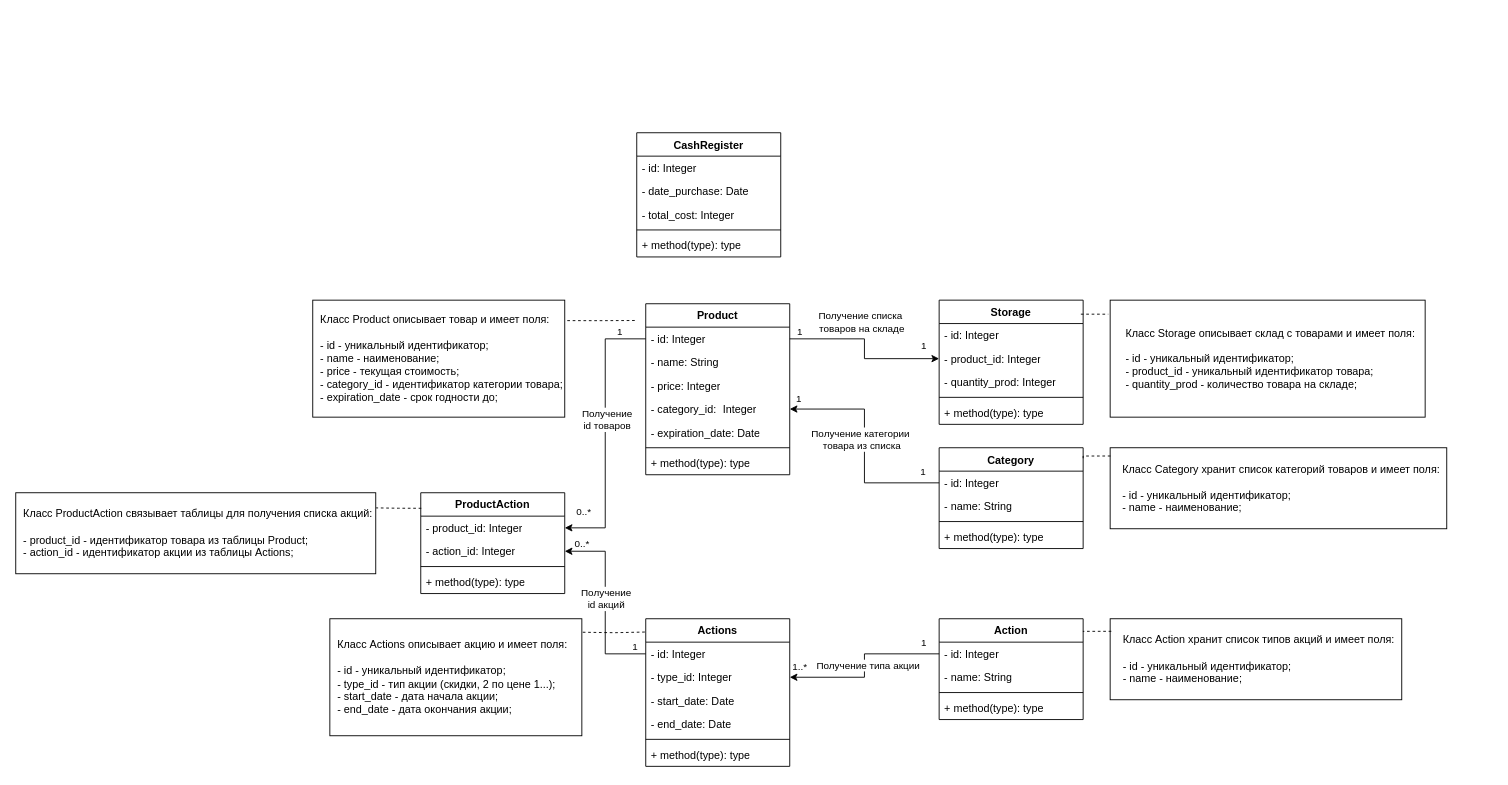
The draw.io diagram Диаграмма без названия.drawio in IlyaSannikow/Machine-learning, before the edit. Source tidied: cells renumbered, new cells numbered last; positions are measured from the earlier drawing's top-left corner, leaving out a move shared by most shapes. Both pictures are drawn from the tidied source at 90%, with x=0, y=0 at pixel (15, 132).
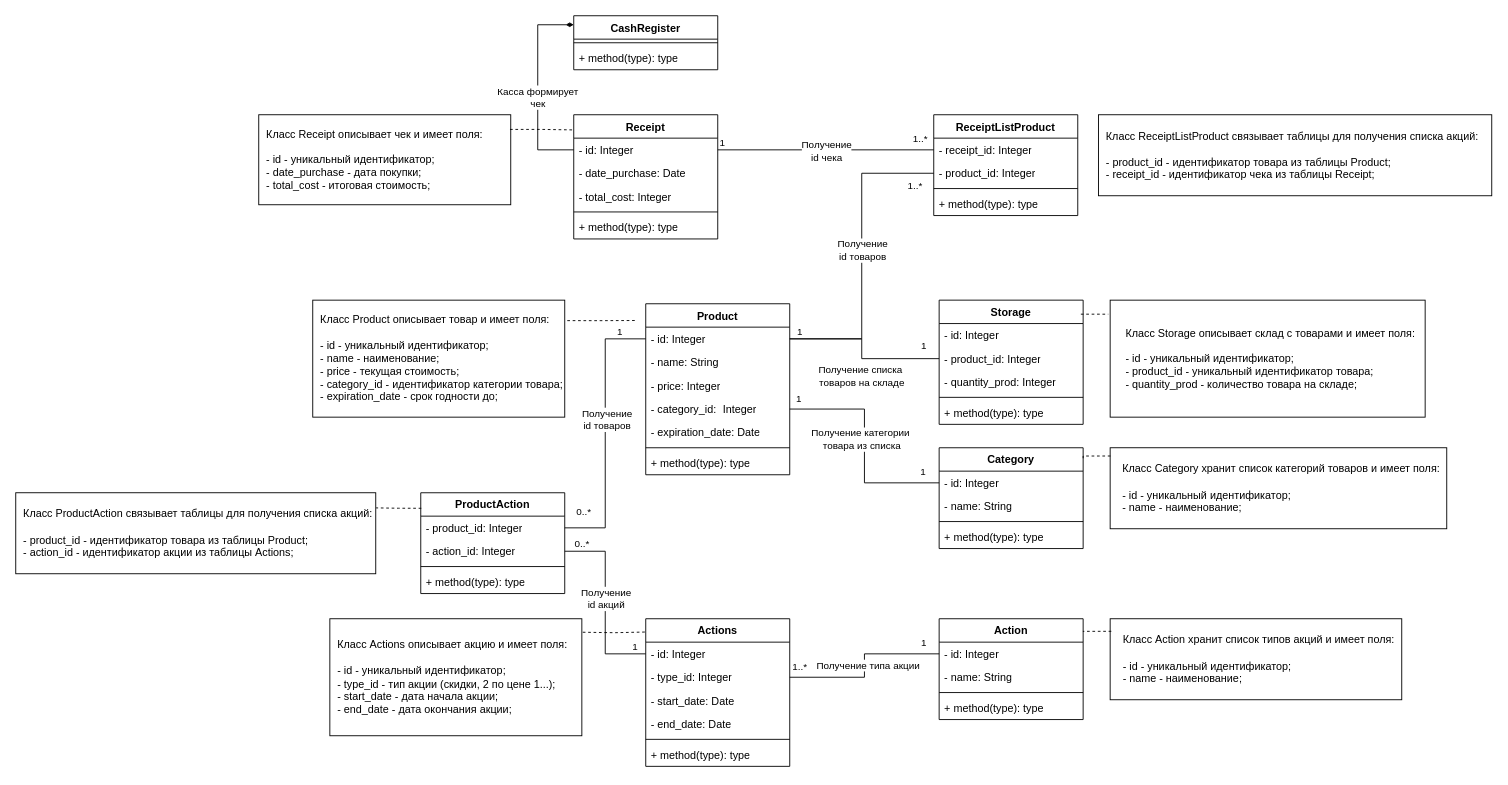
The same diagram, later.

Commit message:
Uml диаграмма без методов

Unchanged cells that the change refers to:
```xml
<mxCell id="3" value="- id: Integer" style="text;strokeColor=none;fillColor=none;align=left;verticalAlign=top;spacingLeft=4;spacingRight=4;overflow=hidden;points=[[0,0.5],[1,0.5]];portConstraint=eastwest;whiteSpace=wrap;html=1;" parent="2" vertex="1">
  <mxGeometry y="26" width="160" height="26" as="geometry" />
</mxCell>
<mxCell id="6" value="- category_id:&amp;nbsp;&lt;span style=&quot;white-space: pre;&quot;&gt;&#9;&lt;/span&gt;Integer" style="text;strokeColor=none;fillColor=none;align=left;verticalAlign=top;spacingLeft=4;spacingRight=4;overflow=hidden;points=[[0,0.5],[1,0.5]];portConstraint=eastwest;whiteSpace=wrap;html=1;" parent="2" vertex="1">
  <mxGeometry y="104" width="160" height="26" as="geometry" />
</mxCell>
<mxCell id="13" value="- product_id: Integer" style="text;strokeColor=none;fillColor=none;align=left;verticalAlign=top;spacingLeft=4;spacingRight=4;overflow=hidden;points=[[0,0.5],[1,0.5]];portConstraint=eastwest;whiteSpace=wrap;html=1;" parent="11" vertex="1">
  <mxGeometry y="52" width="160" height="26" as="geometry" />
</mxCell>
<mxCell id="25" value="- id: Integer" style="text;strokeColor=none;fillColor=none;align=left;verticalAlign=top;spacingLeft=4;spacingRight=4;overflow=hidden;points=[[0,0.5],[1,0.5]];portConstraint=eastwest;whiteSpace=wrap;html=1;" parent="24" vertex="1">
  <mxGeometry y="26" width="160" height="26" as="geometry" />
</mxCell>
<mxCell id="36" value="- id: Integer" style="text;strokeColor=none;fillColor=none;align=left;verticalAlign=top;spacingLeft=4;spacingRight=4;overflow=hidden;points=[[0,0.5],[1,0.5]];portConstraint=eastwest;whiteSpace=wrap;html=1;" parent="35" vertex="1">
  <mxGeometry y="26" width="160" height="26" as="geometry" />
</mxCell>
<mxCell id="37" value="- type_id: Integer" style="text;strokeColor=none;fillColor=none;align=left;verticalAlign=top;spacingLeft=4;spacingRight=4;overflow=hidden;points=[[0,0.5],[1,0.5]];portConstraint=eastwest;whiteSpace=wrap;html=1;" parent="35" vertex="1">
  <mxGeometry y="52" width="160" height="26" as="geometry" />
</mxCell>
<mxCell id="43" value="- id: Integer" style="text;strokeColor=none;fillColor=none;align=left;verticalAlign=top;spacingLeft=4;spacingRight=4;overflow=hidden;points=[[0,0.5],[1,0.5]];portConstraint=eastwest;whiteSpace=wrap;html=1;" parent="42" vertex="1">
  <mxGeometry y="26" width="160" height="26" as="geometry" />
</mxCell>
<mxCell id="52" value="- product_id: Integer" style="text;strokeColor=none;fillColor=none;align=left;verticalAlign=top;spacingLeft=4;spacingRight=4;overflow=hidden;points=[[0,0.5],[1,0.5]];portConstraint=eastwest;whiteSpace=wrap;html=1;" parent="51" vertex="1">
  <mxGeometry y="26" width="160" height="26" as="geometry" />
</mxCell>
<mxCell id="53" value="- action_id: Integer" style="text;strokeColor=none;fillColor=none;align=left;verticalAlign=top;spacingLeft=4;spacingRight=4;overflow=hidden;points=[[0,0.5],[1,0.5]];portConstraint=eastwest;whiteSpace=wrap;html=1;" parent="51" vertex="1">
  <mxGeometry y="52" width="160" height="26" as="geometry" />
</mxCell>
<mxCell id="71" value="- id: Integer" style="text;strokeColor=none;fillColor=none;align=left;verticalAlign=top;spacingLeft=4;spacingRight=4;overflow=hidden;points=[[0,0.5],[1,0.5]];portConstraint=eastwest;whiteSpace=wrap;html=1;" parent="70" vertex="1">
  <mxGeometry y="26" width="160" height="26" as="geometry" />
</mxCell>
```

The edit, as a diff of the source:
```diff
@@
-    <mxCell id="20" style="edgeStyle=orthogonalEdgeStyle;rounded=0;jettySize=auto;html=1;exitX=1;exitY=0.5;exitDx=0;exitDy=0;entryX=0;entryY=0.5;entryDx=0;entryDy=0;endArrow=classic;endFill=1;startArrow=none;startFill=0;" parent="1" edge="1" source="3" target="13">
-      <mxGeometry relative="1" as="geometry" />
+    <mxCell id="20" style="edgeStyle=orthogonalEdgeStyle;rounded=0;jettySize=auto;html=1;exitX=1;exitY=0.5;exitDx=0;exitDy=0;entryX=0;entryY=0.5;entryDx=0;entryDy=0;endArrow=none;endFill=0;startArrow=none;startFill=0;" parent="1" edge="1" source="3" target="13">
+      <mxGeometry relative="1" as="geometry">
+        <Array as="points">
+          <mxPoint x="940" y="229" />
+          <mxPoint x="940" y="251" />
+        </Array>
+      </mxGeometry>
     </mxCell>
@@
+    <mxCell id="23" value="1" style="edgeLabel;html=1;align=center;verticalAlign=middle;" parent="20" vertex="1">
+      <mxGeometry x="-0.85" y="2" relative="1" as="geometry">
+        <mxPoint x="-4" y="-7" as="offset" />
+      </mxGeometry>
+    </mxCell>
     <mxCell id="22" value="Получение списка&amp;nbsp;&lt;div&gt;товаров на складе&lt;/div&gt;" style="edgeLabel;html=1;align=center;verticalAlign=middle;" parent="20" vertex="1">
       <mxGeometry x="-0.23" relative="1" as="geometry">
-        <mxPoint x="7" y="-19" as="offset" />
+        <mxPoint x="7" y="41" as="offset" />
       </mxGeometry>
     </mxCell>
-    <mxCell id="23" value="1" style="edgeLabel;html=1;align=center;verticalAlign=middle;" parent="20" vertex="1">
-      <mxGeometry x="-0.85" y="2" relative="1" as="geometry">
-        <mxPoint x="-4" y="-7" as="offset" />
-      </mxGeometry>
-    </mxCell>
@@
-    <mxCell id="29" style="edgeStyle=orthogonalEdgeStyle;rounded=0;jettySize=auto;html=1;exitX=1;exitY=0.5;exitDx=0;exitDy=0;entryX=0;entryY=0.5;entryDx=0;entryDy=0;endArrow=none;endFill=0;startArrow=classic;startFill=1;" parent="1" edge="1" source="6" target="25">
+    <mxCell id="29" style="edgeStyle=orthogonalEdgeStyle;rounded=0;jettySize=auto;html=1;exitX=1;exitY=0.5;exitDx=0;exitDy=0;entryX=0;entryY=0.5;entryDx=0;entryDy=0;endArrow=none;endFill=0;startArrow=none;startFill=0;" parent="1" edge="1" source="6" target="25">
       <mxGeometry relative="1" as="geometry" />
     </mxCell>
@@
-    <mxCell id="47" style="edgeStyle=orthogonalEdgeStyle;rounded=0;jettySize=auto;html=1;exitX=1;exitY=0.5;exitDx=0;exitDy=0;entryX=0;entryY=0.5;entryDx=0;entryDy=0;endArrow=none;endFill=0;startArrow=classic;startFill=1;" parent="1" edge="1" source="37" target="43">
+    <mxCell id="47" style="edgeStyle=orthogonalEdgeStyle;rounded=0;jettySize=auto;html=1;exitX=1;exitY=0.5;exitDx=0;exitDy=0;entryX=0;entryY=0.5;entryDx=0;entryDy=0;endArrow=none;endFill=0;startArrow=none;startFill=0;" parent="1" edge="1" source="37" target="43">
       <mxGeometry relative="1" as="geometry" />
     </mxCell>
@@
-    <mxCell id="56" style="edgeStyle=orthogonalEdgeStyle;rounded=0;jettySize=auto;html=1;exitX=0;exitY=0.5;exitDx=0;exitDy=0;entryX=1;entryY=0.5;entryDx=0;entryDy=0;endArrow=classic;endFill=1;startArrow=none;startFill=0;" parent="1" edge="1" source="3" target="52">
+    <mxCell id="56" style="edgeStyle=orthogonalEdgeStyle;rounded=0;jettySize=auto;html=1;exitX=0;exitY=0.5;exitDx=0;exitDy=0;entryX=1;entryY=0.5;entryDx=0;entryDy=0;endArrow=none;endFill=0;startArrow=none;startFill=0;" parent="1" edge="1" source="3" target="52">
       <mxGeometry relative="1" as="geometry" />
     </mxCell>
@@
-    <mxCell id="60" style="edgeStyle=orthogonalEdgeStyle;rounded=0;jettySize=auto;html=1;exitX=0;exitY=0.5;exitDx=0;exitDy=0;entryX=1;entryY=0.5;entryDx=0;entryDy=0;endArrow=classic;endFill=1;" parent="1" edge="1" source="36" target="53">
+    <mxCell id="60" style="edgeStyle=orthogonalEdgeStyle;rounded=0;jettySize=auto;html=1;exitX=0;exitY=0.5;exitDx=0;exitDy=0;entryX=1;entryY=0.5;entryDx=0;entryDy=0;endArrow=none;endFill=0;" parent="1" edge="1" source="36" target="53">
       <mxGeometry relative="1" as="geometry" />
     </mxCell>
@@
-    <mxCell id="70" value="CashRegister" style="swimlane;fontStyle=1;align=center;verticalAlign=top;horizontal=1;startSize=26;whiteSpace=wrap;html=1;" parent="1" vertex="1">
-      <mxGeometry x="690" width="160" height="138" as="geometry" />
+    <mxCell id="70" value="Receipt" style="swimlane;fontStyle=1;align=center;verticalAlign=top;horizontal=1;startSize=26;whiteSpace=wrap;html=1;" parent="1" vertex="1">
+      <mxGeometry x="620" y="-20" width="160" height="138" as="geometry" />
     </mxCell>
@@
+    <mxCell id="76" value="ReceiptListProduct" style="swimlane;fontStyle=1;align=center;verticalAlign=top;horizontal=1;startSize=26;whiteSpace=wrap;html=1;" parent="1" vertex="1">
+      <mxGeometry x="1020" y="-20" width="160" height="112" as="geometry" />
+    </mxCell>
+    <mxCell id="77" value="- receipt_id: Integer" style="text;strokeColor=none;fillColor=none;align=left;verticalAlign=top;spacingLeft=4;spacingRight=4;overflow=hidden;whiteSpace=wrap;html=1;" parent="76" vertex="1">
+      <mxGeometry y="26" width="160" height="26" as="geometry" />
+    </mxCell>
+    <mxCell id="78" value="- product_id: Integer" style="text;strokeColor=none;fillColor=none;align=left;verticalAlign=top;spacingLeft=4;spacingRight=4;overflow=hidden;points=[[0,0.5],[1,0.5]];portConstraint=eastwest;whiteSpace=wrap;html=1;" parent="76" vertex="1">
+      <mxGeometry y="52" width="160" height="26" as="geometry" />
+    </mxCell>
+    <mxCell id="79" style="line;strokeWidth=1;fillColor=none;align=left;verticalAlign=middle;spacingTop=-1;spacingLeft=3;spacingRight=3;labelPosition=right;strokeColor=inherit;" parent="76" vertex="1">
+      <mxGeometry y="78" width="160" height="8" as="geometry" />
+    </mxCell>
+    <mxCell id="80" value="+ method(type): type" style="text;strokeColor=none;fillColor=none;align=left;verticalAlign=top;spacingLeft=4;spacingRight=4;overflow=hidden;whiteSpace=wrap;html=1;" parent="76" vertex="1">
+      <mxGeometry y="86" width="160" height="26" as="geometry" />
+    </mxCell>
+    <mxCell id="81" style="edgeStyle=orthogonalEdgeStyle;rounded=0;jettySize=auto;html=1;exitX=1;exitY=0.5;exitDx=0;exitDy=0;entryX=0;entryY=0.5;entryDx=0;entryDy=0;endArrow=none;endFill=0;" parent="1" edge="1" source="3" target="78">
+      <mxGeometry relative="1" as="geometry">
+        <Array as="points">
+          <mxPoint x="940" y="229" />
+          <mxPoint x="940" y="45" />
+        </Array>
+      </mxGeometry>
+    </mxCell>
+    <mxCell id="82" value="1..*" style="edgeLabel;html=1;align=center;verticalAlign=middle;" parent="81" vertex="1">
+      <mxGeometry x="0.87" relative="1" as="geometry">
+        <mxPoint y="13" as="offset" />
+      </mxGeometry>
+    </mxCell>
+    <mxCell id="83" style="edgeStyle=orthogonalEdgeStyle;rounded=0;jettySize=auto;html=1;exitX=1;exitY=0.5;exitDx=0;exitDy=0;endArrow=none;endFill=0;" parent="1" edge="1" source="71">
+      <mxGeometry relative="1" as="geometry">
+        <mxPoint x="1020" y="19" as="targetPoint" />
+      </mxGeometry>
+    </mxCell>
+    <mxCell id="84" value="1..*" style="edgeLabel;html=1;align=center;verticalAlign=middle;" parent="83" vertex="1">
+      <mxGeometry x="0.87" relative="1" as="geometry">
+        <mxPoint y="-13" as="offset" />
+      </mxGeometry>
+    </mxCell>
+    <mxCell id="85" value="1" style="edgeLabel;html=1;align=center;verticalAlign=middle;" parent="83" vertex="1">
+      <mxGeometry x="-0.89" relative="1" as="geometry">
+        <mxPoint x="-9" y="-9" as="offset" />
+      </mxGeometry>
+    </mxCell>
+    <mxCell id="86" value="Получение&lt;div&gt;id чека&lt;/div&gt;" style="edgeLabel;html=1;align=center;verticalAlign=middle;" parent="1" vertex="1">
+      <mxGeometry x="900" y="20" as="geometry" />
+    </mxCell>
+    <mxCell id="87" value="Получение&lt;div&gt;id товаров&lt;/div&gt;" style="edgeLabel;html=1;align=center;verticalAlign=middle;" parent="1" vertex="1">
+      <mxGeometry x="940" y="130" as="geometry" />
+    </mxCell>
+    <mxCell id="88" value="&amp;nbsp; Класс&amp;nbsp;&lt;span style=&quot;text-align: center;&quot;&gt;ReceiptListProduct&lt;/span&gt;&lt;span style=&quot;font-weight: 700; text-align: center;&quot;&gt;&amp;nbsp;&lt;/span&gt;связывает таблицы для получения списка акций:&amp;nbsp;&lt;div&gt;&lt;br&gt;&lt;div&gt;&amp;nbsp; - product_id - идентификатор товара из таблицы Product;&lt;/div&gt;&lt;/div&gt;&lt;div&gt;&amp;nbsp; - receipt_id - идентификатор чека из таблицы Receipt;&lt;/div&gt;" style="html=1;whiteSpace=wrap;align=left;" parent="1" vertex="1">
+      <mxGeometry x="1203" y="-20" width="437" height="90" as="geometry" />
+    </mxCell>
+    <mxCell id="89" value="CashRegister" style="swimlane;fontStyle=1;align=center;verticalAlign=top;horizontal=1;startSize=26;whiteSpace=wrap;html=1;" parent="1" vertex="1">
+      <mxGeometry x="620" y="-130" width="160" height="60" as="geometry" />
+    </mxCell>
+    <mxCell id="90" style="line;strokeWidth=1;fillColor=none;align=left;verticalAlign=middle;spacingTop=-1;spacingLeft=3;spacingRight=3;labelPosition=right;strokeColor=inherit;" parent="89" vertex="1">
+      <mxGeometry y="26" width="160" height="8" as="geometry" />
+    </mxCell>
+    <mxCell id="91" value="+ method(type): type" style="text;strokeColor=none;fillColor=none;align=left;verticalAlign=top;spacingLeft=4;spacingRight=4;overflow=hidden;whiteSpace=wrap;html=1;" parent="89" vertex="1">
+      <mxGeometry y="34" width="160" height="26" as="geometry" />
+    </mxCell>
+    <mxCell id="92" style="edgeStyle=orthogonalEdgeStyle;rounded=0;jettySize=auto;html=1;exitX=0;exitY=0.5;exitDx=0;exitDy=0;endArrow=diamondThin;endFill=1;" parent="1" edge="1" source="71">
+      <mxGeometry relative="1" as="geometry">
+        <mxPoint x="620" y="-120" as="targetPoint" />
+        <Array as="points">
+          <mxPoint x="580" y="19" />
+          <mxPoint x="580" y="-120" />
+          <mxPoint x="620" y="-120" />
+        </Array>
+      </mxGeometry>
+    </mxCell>
+    <mxCell id="93" value="Касса формирует&lt;div&gt;чек&lt;/div&gt;" style="edgeLabel;html=1;align=center;verticalAlign=middle;" parent="92" vertex="1">
+      <mxGeometry x="0.07" y="1" relative="1" as="geometry">
+        <mxPoint y="18" as="offset" />
+      </mxGeometry>
+    </mxCell>
+    <mxCell id="94" value="&amp;nbsp; Класс Receipt описывает чек и имеет поля:&amp;nbsp;&lt;div&gt;&lt;br&gt;&lt;div&gt;&amp;nbsp; - id - уникальный идентификатор;&lt;/div&gt;&lt;div&gt;&amp;nbsp; - date_purchase - дата покупки;&lt;/div&gt;&lt;div&gt;&amp;nbsp; - total_cost - итоговая стоимость;&lt;/div&gt;&lt;/div&gt;" style="html=1;whiteSpace=wrap;align=left;" parent="1" vertex="1">
+      <mxGeometry x="270" y="-20" width="280" height="100" as="geometry" />
+    </mxCell>
+    <mxCell id="95" style="edgeStyle=orthogonalEdgeStyle;rounded=0;jettySize=auto;html=1;exitX=0.997;exitY=0.163;exitDx=0;exitDy=0;entryX=-0.005;entryY=0.122;entryDx=0;entryDy=0;entryPerimeter=0;exitPerimeter=0;endArrow=none;endFill=0;dashed=1;" parent="1" edge="1" source="94" target="70">
+      <mxGeometry relative="1" as="geometry" />
+    </mxCell>
```
